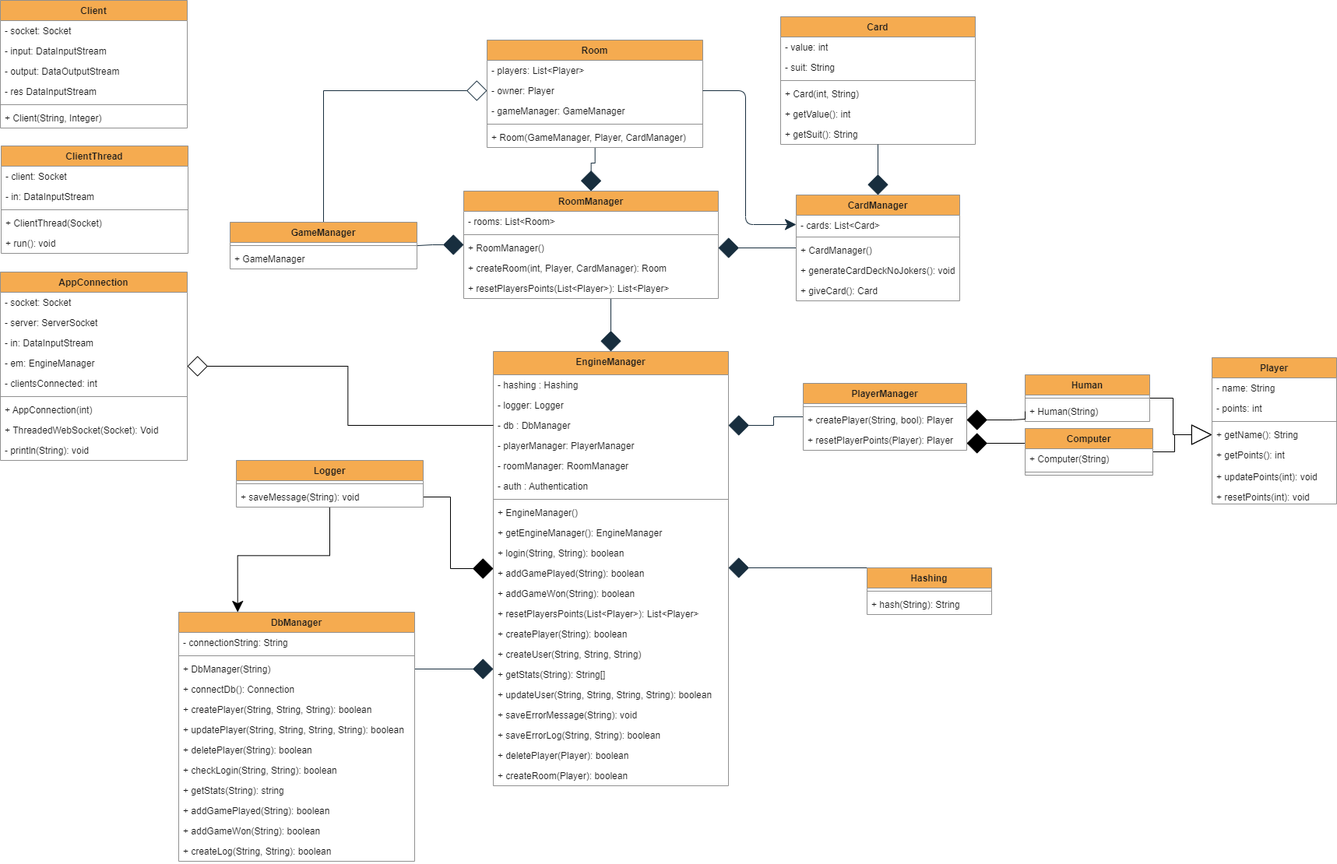
This is Diagrammer/Klasse Diagram.drawio.png from Olivervesth/KortKlubben, a draw.io export, as it was before one commit. Source tidied: cells renumbered, new cells last; positions are measured from the earlier drawing's top-left corner, leaving out a move shared by most shapes.
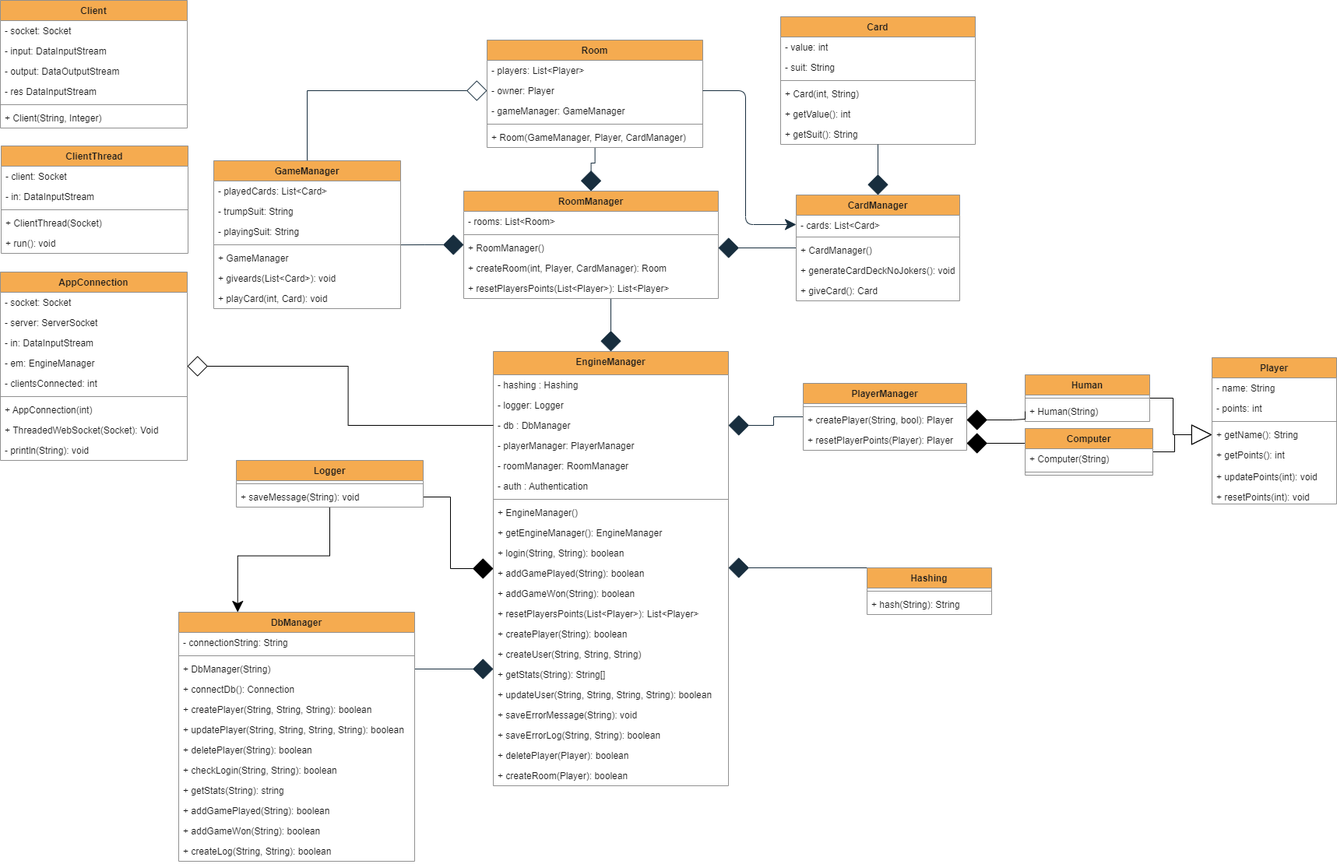
After the change.

The edit, as a diff of the source:
```diff
@@ -278,14 +278,29 @@
       <mxGeometry relative="1" as="geometry" />
     </mxCell>
     <mxCell id="88" value="GameManager" style="swimlane;fontStyle=1;align=center;verticalAlign=top;horizontal=1;startSize=26;fillColor=#F5AB50;strokeColor=#909090;fontColor=#1A1A1A;rounded=0;swimlaneFillColor=default;" parent="1" vertex="1">
-      <mxGeometry x="295" y="285" width="240" height="60" as="geometry" />
+      <mxGeometry x="274" y="206" width="240" height="190" as="geometry" />
     </mxCell>
+    <mxCell id="129" value="- playedCards: List&lt;Card&gt;" style="text;strokeColor=none;fillColor=none;align=left;verticalAlign=top;spacingLeft=4;spacingRight=4;overflow=hidden;fontColor=#1A1A1A;rounded=0;" parent="88" vertex="1">
+      <mxGeometry y="26" width="240" height="26" as="geometry" />
+    </mxCell>
+    <mxCell id="90" value="- trumpSuit: String" style="text;strokeColor=none;fillColor=none;align=left;verticalAlign=top;spacingLeft=4;spacingRight=4;overflow=hidden;fontColor=#1A1A1A;rounded=0;" parent="88" vertex="1">
+      <mxGeometry y="52" width="240" height="26" as="geometry" />
+    </mxCell>
+    <mxCell id="130" value="- playingSuit: String" style="text;strokeColor=none;fillColor=none;align=left;verticalAlign=top;spacingLeft=4;spacingRight=4;overflow=hidden;fontColor=#1A1A1A;rounded=0;" parent="88" vertex="1">
+      <mxGeometry y="78" width="240" height="26" as="geometry" />
+    </mxCell>
     <mxCell id="89" style="line;strokeWidth=1;fillColor=none;align=left;verticalAlign=middle;spacingTop=-1;spacingLeft=3;spacingRight=3;labelPosition=right;points=[];portConstraint=eastwest;labelBackgroundColor=#EEEEEE;strokeColor=#909090;fontColor=#1A1A1A;rounded=0;" parent="88" vertex="1">
-      <mxGeometry y="26" width="240" height="8" as="geometry" />
+      <mxGeometry y="104" width="240" height="8" as="geometry" />
     </mxCell>
-    <mxCell id="90" value="+ GameManager" style="text;strokeColor=none;fillColor=none;align=left;verticalAlign=top;spacingLeft=4;spacingRight=4;overflow=hidden;fontColor=#1A1A1A;rounded=0;" parent="88" vertex="1">
-      <mxGeometry y="34" width="240" height="26" as="geometry" />
-    </mxCell>
+    <mxCell id="131" value="+ GameManager" style="text;strokeColor=none;fillColor=none;align=left;verticalAlign=top;spacingLeft=4;spacingRight=4;overflow=hidden;fontColor=#1A1A1A;rounded=0;" parent="88" vertex="1">
+      <mxGeometry y="112" width="240" height="26" as="geometry" />
+    </mxCell>
+    <mxCell id="132" value="+ giveards(List&lt;Card&gt;): void" style="text;strokeColor=none;fillColor=none;align=left;verticalAlign=top;spacingLeft=4;spacingRight=4;overflow=hidden;fontColor=#1A1A1A;rounded=0;" parent="88" vertex="1">
+      <mxGeometry y="138" width="240" height="26" as="geometry" />
+    </mxCell>
+    <mxCell id="133" value="+ playCard(int, Card): void" style="text;strokeColor=none;fillColor=none;align=left;verticalAlign=top;spacingLeft=4;spacingRight=4;overflow=hidden;fontColor=#1A1A1A;rounded=0;" parent="88" vertex="1">
+      <mxGeometry y="164" width="240" height="26" as="geometry" />
+    </mxCell>
     <mxCell id="91" value="Player" style="swimlane;fontStyle=1;align=center;verticalAlign=top;horizontal=1;startSize=26;fillColor=#F5AB50;strokeColor=#909090;fontColor=#1A1A1A;rounded=0;swimlaneFillColor=default;" parent="1" vertex="1">
       <mxGeometry x="1556" y="459" width="160" height="188" as="geometry" />
     </mxCell>
```
